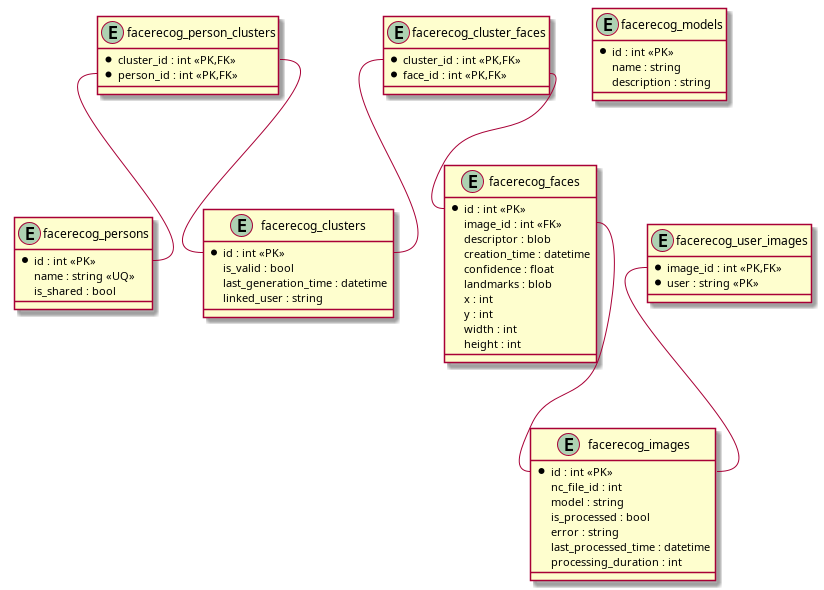
This is ERD-schema.png from mate1213/facerecognition, a PlantUML export, as it was before one commit. Its source is kept beside it as ERD-schema.puml.
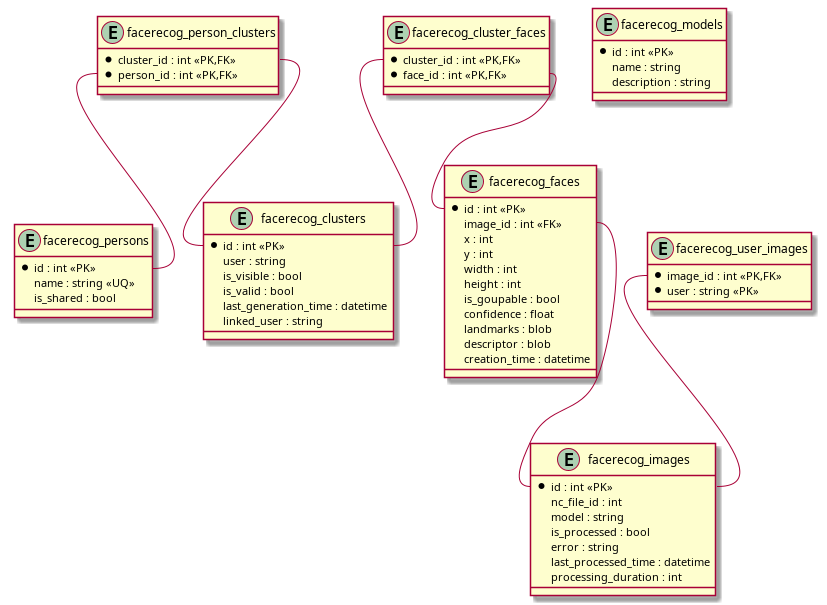
The same file after the commit.

The edit, as a diff of the source:
```diff
@@ -2,6 +2,8 @@
 
 entity facerecog_clusters {
   *id : int <<PK>>
+  user : string
+  is_visible : bool
   is_valid : bool
   last_generation_time : datetime
   linked_user : string
@@ -36,19 +38,20 @@
 entity facerecog_faces {
   *id : int <<PK>>
   image_id : int <<FK>>
-  descriptor : blob
-  creation_time : datetime
-  confidence : float
-  landmarks : blob
   x : int
   y : int
   width : int
   height : int
+  confidence : float
+  landmarks : blob
+  descriptor : blob
+  creation_time : datetime
 }
 
 entity facerecog_cluster_faces {
   *cluster_id : int <<PK,FK>>
   *face_id : int <<PK,FK>>
+  is_goupable : bool
 }
 
 entity facerecog_models {
```
